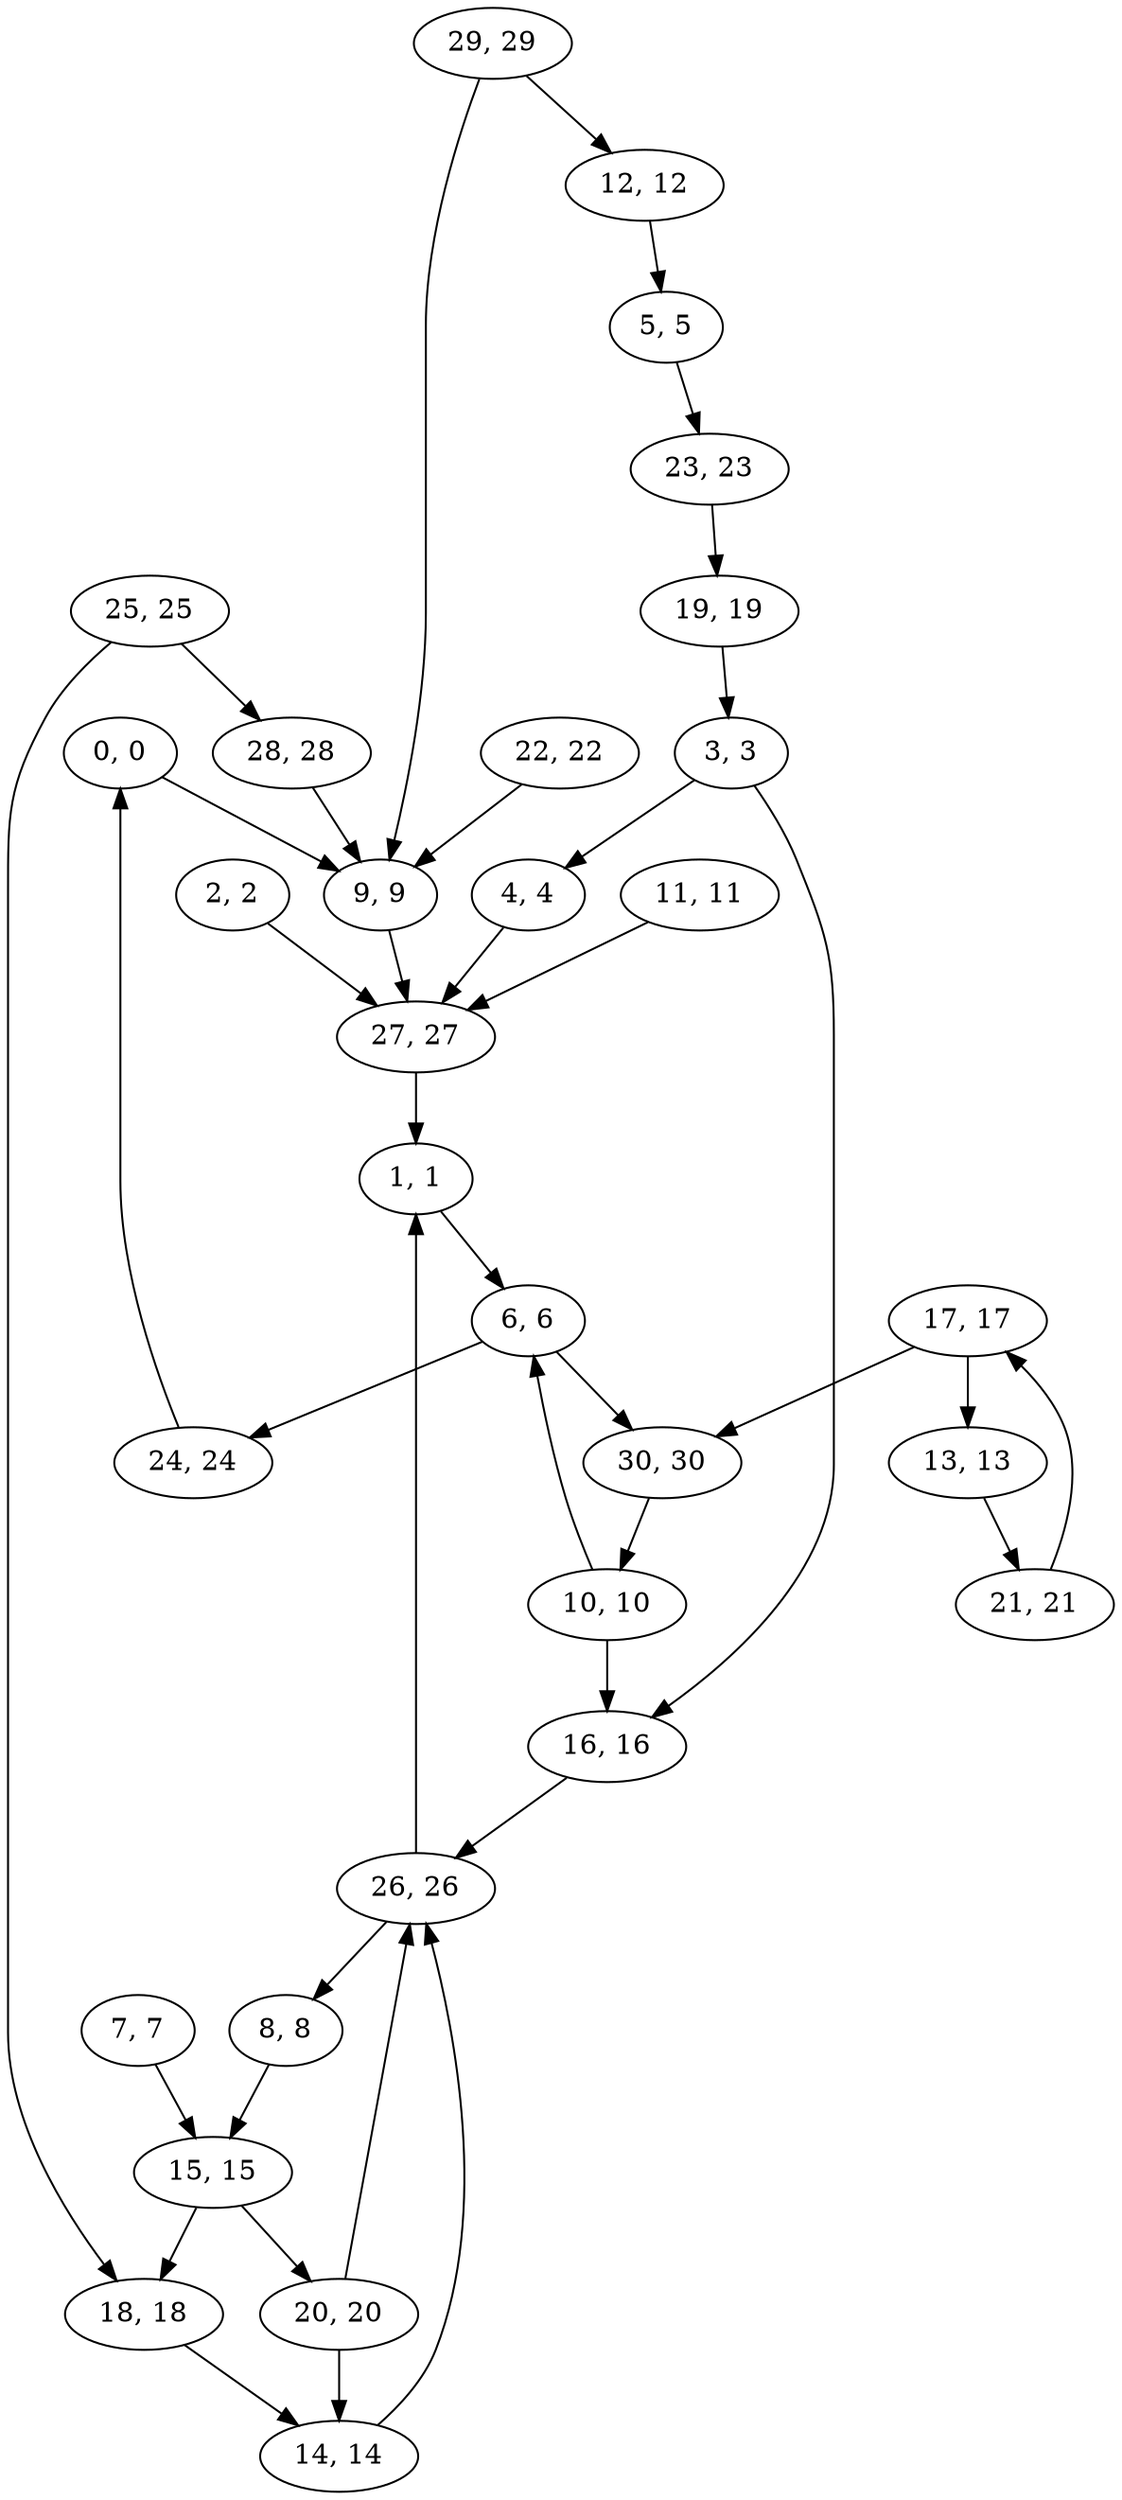
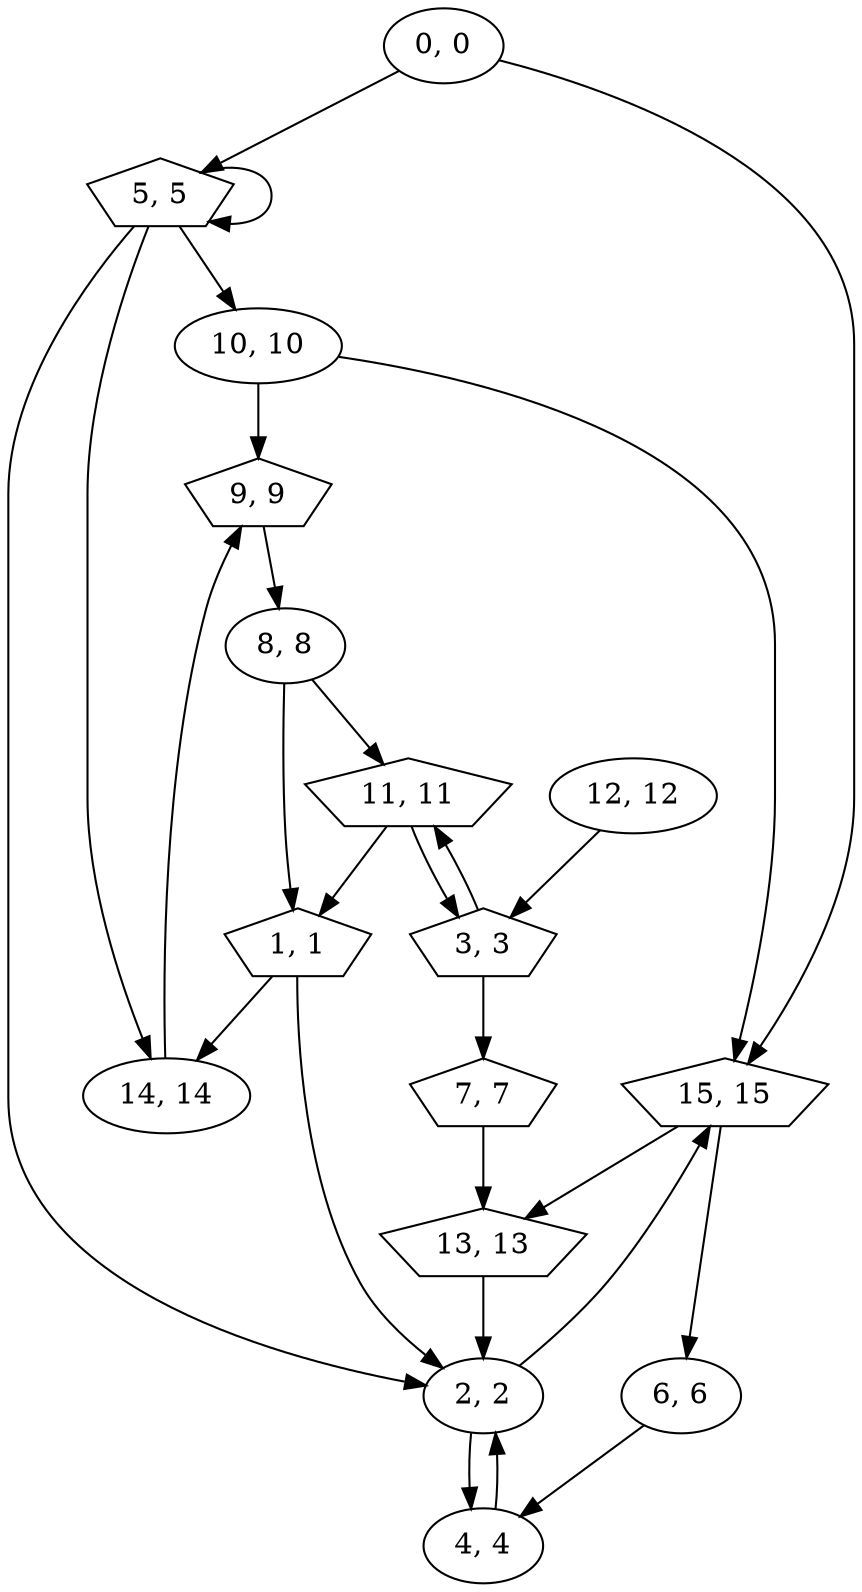
digraph ParityArena {
    0 [label = "0, 0"];
-     1 [label = "1, 1"];
+     1 [label = "1, 1"] [shape = pentagon];
    10 [label = "10, 10"];
-     11 [label = "11, 11"];
+     11 [label = "11, 11"] [shape = pentagon];
    12 [label = "12, 12"];
-     13 [label = "13, 13"];
+     13 [label = "13, 13"] [shape = pentagon];
    14 [label = "14, 14"];
-     15 [label = "15, 15"];
-     16 [label = "16, 16"];
-     17 [label = "17, 17"];
-     18 [label = "18, 18"];
-     19 [label = "19, 19"];
+     15 [label = "15, 15"] [shape = pentagon];
    2 [label = "2, 2"];
-     20 [label = "20, 20"];
-     21 [label = "21, 21"];
-     22 [label = "22, 22"];
-     23 [label = "23, 23"];
-     24 [label = "24, 24"];
-     25 [label = "25, 25"];
-     26 [label = "26, 26"];
-     27 [label = "27, 27"];
-     28 [label = "28, 28"];
-     29 [label = "29, 29"];
-     3 [label = "3, 3"];
-     30 [label = "30, 30"];
+     3 [label = "3, 3"] [shape = pentagon];
    4 [label = "4, 4"];
-     5 [label = "5, 5"];
+     5 [label = "5, 5"] [shape = pentagon];
    6 [label = "6, 6"];
-     7 [label = "7, 7"];
+     7 [label = "7, 7"] [shape = pentagon];
    8 [label = "8, 8"];
-     9 [label = "9, 9"];
-     0 -> 9 [label = ""];
-     1 -> 6 [label = ""];
-     10 -> 16 [label = ""];
-     10 -> 6 [label = ""];
-     11 -> 27 [label = ""];
-     12 -> 5 [label = ""];
-     13 -> 21 [label = ""];
-     14 -> 26 [label = ""];
-     15 -> 18 [label = ""];
-     15 -> 20 [label = ""];
-     16 -> 26 [label = ""];
-     17 -> 13 [label = ""];
-     17 -> 30 [label = ""];
-     18 -> 14 [label = ""];
-     19 -> 3 [label = ""];
-     2 -> 27 [label = ""];
-     20 -> 14 [label = ""];
-     20 -> 26 [label = ""];
-     21 -> 17 [label = ""];
-     22 -> 9 [label = ""];
-     23 -> 19 [label = ""];
-     24 -> 0 [label = ""];
-     25 -> 18 [label = ""];
-     25 -> 28 [label = ""];
-     26 -> 1 [label = ""];
-     26 -> 8 [label = ""];
-     27 -> 1 [label = ""];
-     28 -> 9 [label = ""];
-     29 -> 12 [label = ""];
-     29 -> 9 [label = ""];
-     3 -> 16 [label = ""];
-     3 -> 4 [label = ""];
-     30 -> 10 [label = ""];
-     4 -> 27 [label = ""];
-     5 -> 23 [label = ""];
-     6 -> 24 [label = ""];
-     6 -> 30 [label = ""];
-     7 -> 15 [label = ""];
-     8 -> 15 [label = ""];
-     9 -> 27 [label = ""];
+     9 [label = "9, 9"] [shape = pentagon];
+     0 -> 15 [label = ""];
+     0 -> 5 [label = ""];
+     1 -> 14 [label = ""];
+     1 -> 2 [label = ""];
+     10 -> 15 [label = ""];
+     10 -> 9 [label = ""];
+     11 -> 1 [label = ""];
+     11 -> 3 [label = ""];
+     12 -> 3 [label = ""];
+     13 -> 2 [label = ""];
+     14 -> 9 [label = ""];
+     15 -> 13 [label = ""];
+     15 -> 6 [label = ""];
+     2 -> 15 [label = ""];
+     2 -> 4 [label = ""];
+     3 -> 11 [label = ""];
+     3 -> 7 [label = ""];
+     4 -> 2 [label = ""];
+     5 -> 10 [label = ""];
+     5 -> 14 [label = ""];
+     5 -> 2 [label = ""];
+     5 -> 5 [label = ""];
+     6 -> 4 [label = ""];
+     7 -> 13 [label = ""];
+     8 -> 1 [label = ""];
+     8 -> 11 [label = ""];
+     9 -> 8 [label = ""];
}